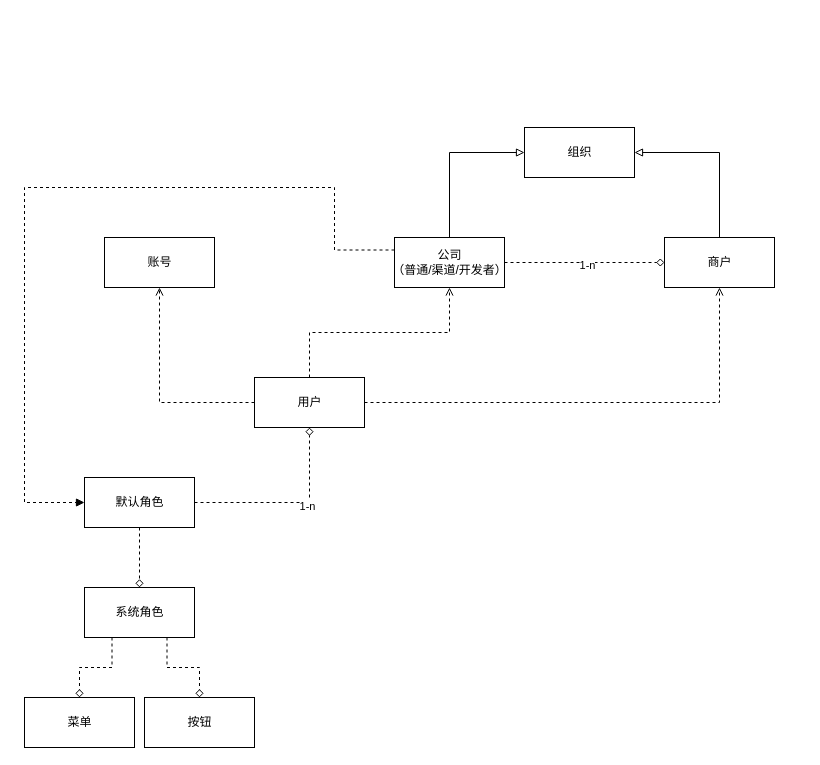
Above: Untitled Diagram.drawio in sunhj000/draw (draw.io), before the change. Source tidied: cells renumbered, new cells numbered last; positions are measured from the earlier drawing's top-left corner, leaving out a move shared by most shapes. Both pictures are drawn from the tidied source at 100%, with x=0, y=0 at pixel (24, 127).
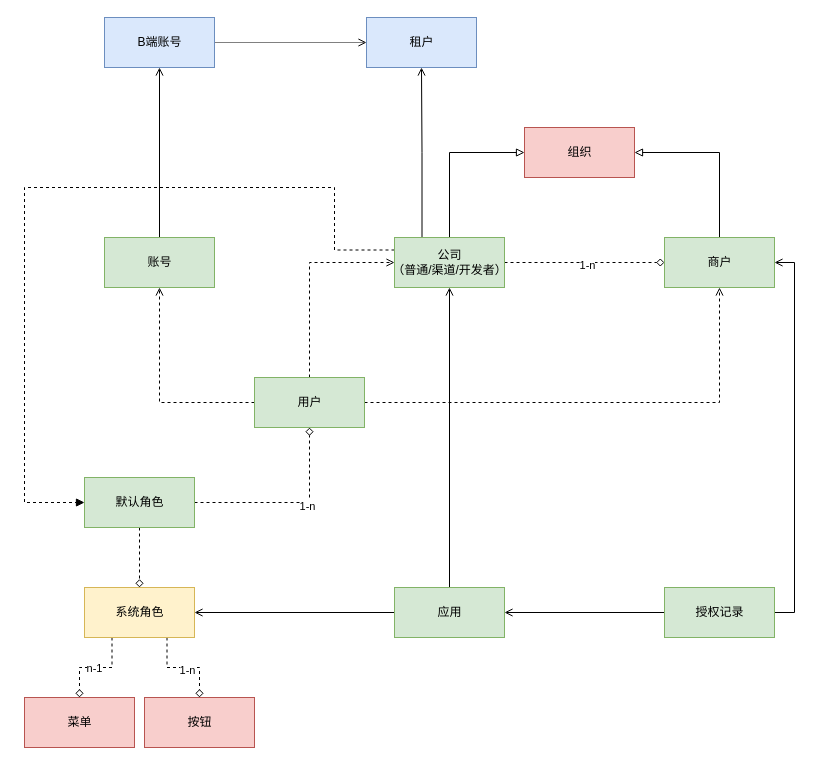
After the change.

Unchanged cells that the change refers to:
```xml
<mxCell id="19" style="edgeStyle=orthogonalEdgeStyle;rounded=0;jettySize=auto;html=1;dashed=1;endArrow=diamond;endFill=0;exitX=0.25;exitY=1;exitDx=0;exitDy=0;" parent="1" edge="1" source="21" target="22">
  <mxGeometry relative="1" as="geometry" />
</mxCell>
<mxCell id="20" style="edgeStyle=orthogonalEdgeStyle;rounded=0;jettySize=auto;html=1;dashed=1;endArrow=diamond;endFill=0;exitX=0.75;exitY=1;exitDx=0;exitDy=0;" parent="1" edge="1" source="21" target="23">
  <mxGeometry relative="1" as="geometry" />
</mxCell>
```

The edit, as a diff of the source:
```diff
@@
+    <mxCell id="24" style="edgeStyle=orthogonalEdgeStyle;rounded=0;jettySize=auto;html=1;exitX=0.5;exitY=0;exitDx=0;exitDy=0;entryX=0.5;entryY=1;entryDx=0;entryDy=0;endArrow=open;endFill=0;" parent="1" edge="1" source="2" target="35">
+      <mxGeometry relative="1" as="geometry" />
+    </mxCell>
-    <mxCell id="2" value="账号" style="html=1;" parent="1" vertex="1">
+    <mxCell id="2" value="账号" style="html=1;fillColor=#d5e8d4;strokeColor=#82b366;" parent="1" vertex="1">
       <mxGeometry x="80" y="110" width="110" height="50" as="geometry" />
     </mxCell>
@@
+    <mxCell id="25" style="edgeStyle=orthogonalEdgeStyle;rounded=0;jettySize=auto;html=1;exitX=0.25;exitY=0;exitDx=0;exitDy=0;entryX=0.5;entryY=1;entryDx=0;entryDy=0;endArrow=open;endFill=0;" parent="1" edge="1" source="7" target="36">
+      <mxGeometry relative="1" as="geometry" />
+    </mxCell>
-    <mxCell id="7" value="公司&lt;br&gt;（普通/渠道/开发者）" style="html=1;" parent="1" vertex="1">
+    <mxCell id="7" value="公司&lt;br&gt;（普通/渠道/开发者）" style="html=1;fillColor=#d5e8d4;strokeColor=#82b366;" parent="1" vertex="1">
       <mxGeometry x="370" y="110" width="110" height="50" as="geometry" />
     </mxCell>
-    <mxCell id="8" value="组织" style="html=1;" parent="1" vertex="1">
+    <mxCell id="8" value="组织" style="html=1;fillColor=#f8cecc;strokeColor=#b85450;" parent="1" vertex="1">
       <mxGeometry x="500" width="110" height="50" as="geometry" />
     </mxCell>
@@
-    <mxCell id="10" value="商户" style="html=1;" parent="1" vertex="1">
+    <mxCell id="10" value="商户" style="html=1;fillColor=#d5e8d4;strokeColor=#82b366;" parent="1" vertex="1">
       <mxGeometry x="640" y="110" width="110" height="50" as="geometry" />
     </mxCell>
@@
-    <mxCell id="13" style="edgeStyle=orthogonalEdgeStyle;rounded=0;jettySize=auto;html=1;exitX=0.5;exitY=0;exitDx=0;exitDy=0;entryX=0.5;entryY=1;entryDx=0;entryDy=0;endArrow=open;endFill=0;dashed=1;" parent="1" edge="1" source="14" target="7">
+    <mxCell id="13" style="edgeStyle=orthogonalEdgeStyle;rounded=0;jettySize=auto;html=1;exitX=0.5;exitY=0;exitDx=0;exitDy=0;entryX=0;entryY=0.5;entryDx=0;entryDy=0;endArrow=open;endFill=0;dashed=1;" parent="1" edge="1" source="14" target="7">
       <mxGeometry relative="1" as="geometry" />
     </mxCell>
-    <mxCell id="14" value="用户" style="html=1;" parent="1" vertex="1">
+    <mxCell id="14" value="用户" style="html=1;fillColor=#d5e8d4;strokeColor=#82b366;" parent="1" vertex="1">
       <mxGeometry x="230" y="250" width="110" height="50" as="geometry" />
     </mxCell>
@@
-    <mxCell id="18" value="默认角色" style="html=1;" parent="1" vertex="1">
+    <mxCell id="18" value="默认角色" style="html=1;fillColor=#d5e8d4;strokeColor=#82b366;" parent="1" vertex="1">
       <mxGeometry x="60" y="350" width="110" height="50" as="geometry" />
     </mxCell>
@@
+    <mxCell id="26" value="n-1" style="edgeLabel;html=1;align=center;verticalAlign=middle;" parent="19" vertex="1">
+      <mxGeometry x="0.03" relative="1" as="geometry" />
+    </mxCell>
@@
+    <mxCell id="27" value="1-n" style="edgeLabel;html=1;align=center;verticalAlign=middle;" parent="20" vertex="1">
+      <mxGeometry x="0.09" y="-2" relative="1" as="geometry" />
+    </mxCell>
-    <mxCell id="21" value="系统角色" style="html=1;" parent="1" vertex="1">
+    <mxCell id="21" value="系统角色" style="html=1;fillColor=#fff2cc;strokeColor=#d6b656;" parent="1" vertex="1">
       <mxGeometry x="60" y="460" width="110" height="50" as="geometry" />
     </mxCell>
-    <mxCell id="22" value="菜单" style="html=1;" parent="1" vertex="1">
+    <mxCell id="22" value="菜单" style="html=1;fillColor=#f8cecc;strokeColor=#b85450;" parent="1" vertex="1">
       <mxGeometry y="570" width="110" height="50" as="geometry" />
     </mxCell>
-    <mxCell id="23" value="按钮" style="html=1;" parent="1" vertex="1">
+    <mxCell id="23" value="按钮" style="html=1;fillColor=#f8cecc;strokeColor=#b85450;" parent="1" vertex="1">
       <mxGeometry x="120" y="570" width="110" height="50" as="geometry" />
     </mxCell>
+    <mxCell id="28" style="edgeStyle=orthogonalEdgeStyle;rounded=0;jettySize=auto;html=1;exitX=0;exitY=0.5;exitDx=0;exitDy=0;entryX=1;entryY=0.5;entryDx=0;entryDy=0;endArrow=open;endFill=0;" parent="1" edge="1" source="30" target="21">
+      <mxGeometry relative="1" as="geometry" />
+    </mxCell>
+    <mxCell id="29" style="edgeStyle=orthogonalEdgeStyle;rounded=0;jettySize=auto;html=1;exitX=0.5;exitY=0;exitDx=0;exitDy=0;entryX=0.5;entryY=1;entryDx=0;entryDy=0;endArrow=open;endFill=0;" parent="1" edge="1" source="30" target="7">
+      <mxGeometry relative="1" as="geometry" />
+    </mxCell>
+    <mxCell id="30" value="应用" style="html=1;fillColor=#d5e8d4;strokeColor=#82b366;" parent="1" vertex="1">
+      <mxGeometry x="370" y="460" width="110" height="50" as="geometry" />
+    </mxCell>
+    <mxCell id="31" style="edgeStyle=orthogonalEdgeStyle;rounded=0;jettySize=auto;html=1;exitX=0;exitY=0.5;exitDx=0;exitDy=0;entryX=1;entryY=0.5;entryDx=0;entryDy=0;endArrow=open;endFill=0;" parent="1" edge="1" source="33" target="30">
+      <mxGeometry relative="1" as="geometry" />
+    </mxCell>
+    <mxCell id="32" style="edgeStyle=orthogonalEdgeStyle;rounded=0;jettySize=auto;html=1;exitX=1;exitY=0.5;exitDx=0;exitDy=0;entryX=1;entryY=0.5;entryDx=0;entryDy=0;endArrow=open;endFill=0;" parent="1" edge="1" source="33" target="10">
+      <mxGeometry relative="1" as="geometry" />
+    </mxCell>
+    <mxCell id="33" value="授权记录" style="html=1;fillColor=#d5e8d4;strokeColor=#82b366;" parent="1" vertex="1">
+      <mxGeometry x="640" y="460" width="110" height="50" as="geometry" />
+    </mxCell>
+    <mxCell id="34" style="edgeStyle=orthogonalEdgeStyle;rounded=0;jettySize=auto;html=1;exitX=1;exitY=0.5;exitDx=0;exitDy=0;entryX=0;entryY=0.5;entryDx=0;entryDy=0;endArrow=open;endFill=0;dashed=1;dashPattern=1 1;" parent="1" edge="1" source="35" target="36">
+      <mxGeometry relative="1" as="geometry" />
+    </mxCell>
+    <mxCell id="35" value="B端账号" style="html=1;fillColor=#dae8fc;strokeColor=#6c8ebf;" parent="1" vertex="1">
+      <mxGeometry x="80" y="-110" width="110" height="50" as="geometry" />
+    </mxCell>
+    <mxCell id="36" value="租户" style="html=1;fillColor=#dae8fc;strokeColor=#6c8ebf;" parent="1" vertex="1">
+      <mxGeometry x="342" y="-110" width="110" height="50" as="geometry" />
+    </mxCell>
```
